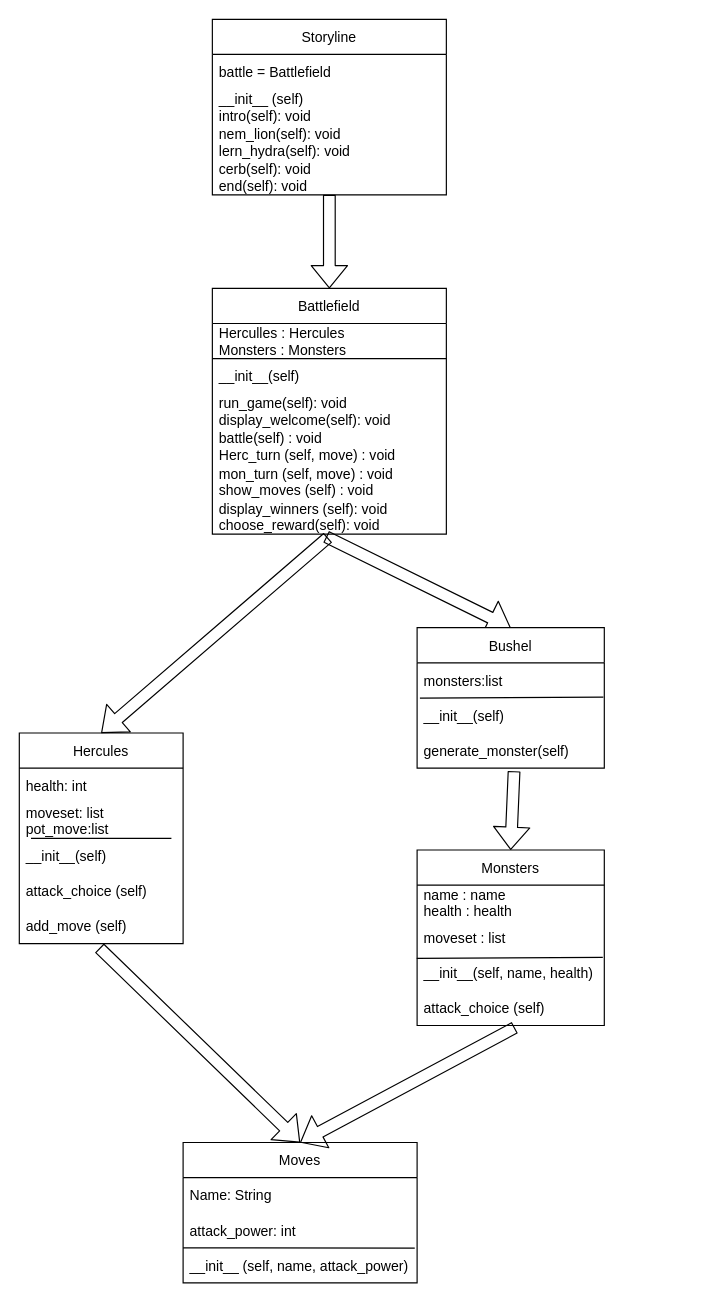
The draw.io diagram uml.drawio in wmalott23/BonusPythonRPG, before the edit. Source tidied: cells renumbered, new cells numbered last; positions are measured from the earlier drawing's top-left corner, leaving out a move shared by most shapes. Both pictures are drawn from the tidied source at 117%, with x=0, y=0 at pixel (19, 19).
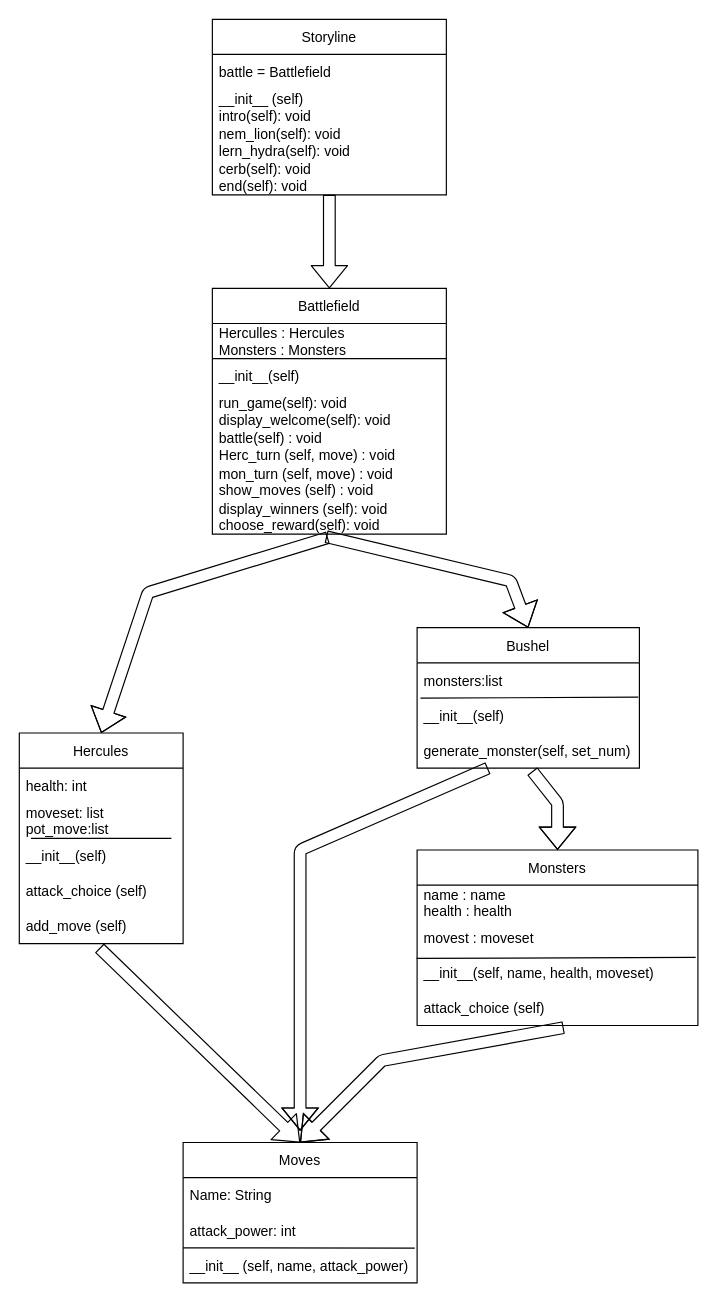
The same page after the edit.

The change refers to these unchanged cells:
```xml
<mxCell id="7" value="Hercules" style="swimlane;fontStyle=0;horizontal=1;startSize=30;" parent="1" vertex="1">
  <mxGeometry y="610" width="140" height="180" as="geometry" />
</mxCell>
<mxCell id="27" value="display_winners (self): void&#10;choose_reward(self): void" style="text;strokeColor=none;fillColor=none;align=left;verticalAlign=middle;spacingLeft=4;spacingRight=4;overflow=hidden;points=[[0,0.5],[1,0.5]];portConstraint=eastwest;" parent="20" vertex="1">
  <mxGeometry y="180" width="200" height="30" as="geometry" />
</mxCell>
```

Change to the diagram source:
```diff
@@
     <mxCell id="14" value="Monsters" style="swimlane;fontStyle=0;horizontal=1;startSize=30;" parent="1" vertex="1">
-      <mxGeometry x="340" y="710" width="160" height="150" as="geometry" />
+      <mxGeometry x="340" y="710" width="240" height="150" as="geometry" />
     </mxCell>
     <mxCell id="15" value="name : name&#10;health : health" style="text;strokeColor=none;fillColor=none;align=left;verticalAlign=middle;spacingLeft=4;spacingRight=4;overflow=hidden;" parent="14" vertex="1">
-      <mxGeometry y="30" width="160" height="30" as="geometry" />
+      <mxGeometry y="30" width="240" height="30" as="geometry" />
     </mxCell>
-    <mxCell id="16" value="moveset : list" style="text;strokeColor=none;fillColor=none;align=left;verticalAlign=middle;spacingLeft=4;spacingRight=4;overflow=hidden;" parent="14" vertex="1">
-      <mxGeometry y="60" width="160" height="30" as="geometry" />
+    <mxCell id="16" value="movest : moveset" style="text;strokeColor=none;fillColor=none;align=left;verticalAlign=middle;spacingLeft=4;spacingRight=4;overflow=hidden;" parent="14" vertex="1">
+      <mxGeometry y="60" width="240" height="30" as="geometry" />
     </mxCell>
@@
-    <mxCell id="18" value="__init__(self, name, health)" style="text;strokeColor=none;fillColor=none;align=left;verticalAlign=middle;spacingLeft=4;spacingRight=4;overflow=hidden;points=[[0,0.5],[1,0.5]];portConstraint=eastwest;perimeterSpacing=0;" parent="14" vertex="1">
-      <mxGeometry y="90" width="160" height="30" as="geometry" />
+    <mxCell id="18" value="__init__(self, name, health, moveset)" style="text;strokeColor=none;fillColor=none;align=left;verticalAlign=middle;spacingLeft=4;spacingRight=4;overflow=hidden;points=[[0,0.5],[1,0.5]];portConstraint=eastwest;perimeterSpacing=0;" parent="14" vertex="1">
+      <mxGeometry y="90" width="240" height="30" as="geometry" />
     </mxCell>
     <mxCell id="19" value="attack_choice (self)" style="text;strokeColor=none;fillColor=none;align=left;verticalAlign=middle;spacingLeft=4;spacingRight=4;overflow=hidden;points=[[0,0.5],[1,0.5]];portConstraint=eastwest;" parent="14" vertex="1">
-      <mxGeometry y="120" width="160" height="30" as="geometry" />
+      <mxGeometry y="120" width="240" height="30" as="geometry" />
     </mxCell>
@@
     <mxCell id="28" style="shape=flexArrow;endArrow=classic;html=1;exitX=0.486;exitY=1.073;exitDx=0;exitDy=0;exitPerimeter=0;entryX=0.5;entryY=0;entryDx=0;entryDy=0;" parent="1" edge="1" source="27" target="38">
-      <mxGeometry relative="1" as="geometry" />
+      <mxGeometry relative="1" as="geometry">
+        <Array as="points">
+          <mxPoint x="420" y="480" />
+        </Array>
+      </mxGeometry>
     </mxCell>
     <mxCell id="29" style="shape=flexArrow;endArrow=classic;html=1;exitX=0.494;exitY=1.1;exitDx=0;exitDy=0;exitPerimeter=0;entryX=0.5;entryY=0;entryDx=0;entryDy=0;" parent="1" edge="1" source="27" target="7">
-      <mxGeometry relative="1" as="geometry" />
+      <mxGeometry relative="1" as="geometry">
+        <Array as="points">
+          <mxPoint x="110" y="490" />
+        </Array>
+      </mxGeometry>
     </mxCell>
@@
     <mxCell id="31" style="shape=flexArrow;endArrow=classic;html=1;exitX=0.522;exitY=1.06;exitDx=0;exitDy=0;exitPerimeter=0;" parent="1" edge="1" source="19">
       <mxGeometry relative="1" as="geometry">
         <mxPoint x="240" y="960" as="targetPoint" />
+        <Array as="points">
+          <mxPoint x="310" y="890" />
+        </Array>
       </mxGeometry>
     </mxCell>
@@
     <mxCell id="38" value="Bushel" style="swimlane;fontStyle=0;horizontal=1;startSize=30;" parent="1" vertex="1">
-      <mxGeometry x="340" y="520" width="160" height="120" as="geometry" />
+      <mxGeometry x="340" y="520" width="190" height="120" as="geometry" />
     </mxCell>
     <mxCell id="39" value="monsters:list" style="text;strokeColor=none;fillColor=none;align=left;verticalAlign=middle;spacingLeft=4;spacingRight=4;overflow=hidden;" parent="38" vertex="1">
-      <mxGeometry y="30" width="160" height="30" as="geometry" />
+      <mxGeometry y="30" width="190" height="30" as="geometry" />
     </mxCell>
@@
     <mxCell id="41" value="__init__(self)" style="text;strokeColor=none;fillColor=none;align=left;verticalAlign=middle;spacingLeft=4;spacingRight=4;overflow=hidden;points=[[0,0.5],[1,0.5]];portConstraint=eastwest;perimeterSpacing=0;" parent="38" vertex="1">
-      <mxGeometry y="60" width="160" height="30" as="geometry" />
+      <mxGeometry y="60" width="190" height="30" as="geometry" />
     </mxCell>
-    <mxCell id="42" value="generate_monster(self)" style="text;strokeColor=none;fillColor=none;align=left;verticalAlign=middle;spacingLeft=4;spacingRight=4;overflow=hidden;points=[[0,0.5],[1,0.5]];portConstraint=eastwest;" parent="38" vertex="1">
-      <mxGeometry y="90" width="160" height="30" as="geometry" />
+    <mxCell id="42" value="generate_monster(self, set_num)" style="text;strokeColor=none;fillColor=none;align=left;verticalAlign=middle;spacingLeft=4;spacingRight=4;overflow=hidden;points=[[0,0.5],[1,0.5]];portConstraint=eastwest;" parent="38" vertex="1">
+      <mxGeometry y="90" width="190" height="30" as="geometry" />
     </mxCell>
     <mxCell id="43" style="shape=flexArrow;endArrow=classic;html=1;exitX=0.518;exitY=1.087;exitDx=0;exitDy=0;exitPerimeter=0;entryX=0.5;entryY=0;entryDx=0;entryDy=0;" parent="1" edge="1" source="42" target="14">
-      <mxGeometry relative="1" as="geometry" />
+      <mxGeometry relative="1" as="geometry">
+        <Array as="points">
+          <mxPoint x="460" y="670" />
+        </Array>
+      </mxGeometry>
     </mxCell>
+    <mxCell id="44" style="shape=flexArrow;endArrow=classic;html=1;" parent="1" edge="1" source="42">
+      <mxGeometry relative="1" as="geometry">
+        <mxPoint x="240" y="950" as="targetPoint" />
+        <Array as="points">
+          <mxPoint x="240" y="710" />
+        </Array>
+      </mxGeometry>
+    </mxCell>
```
